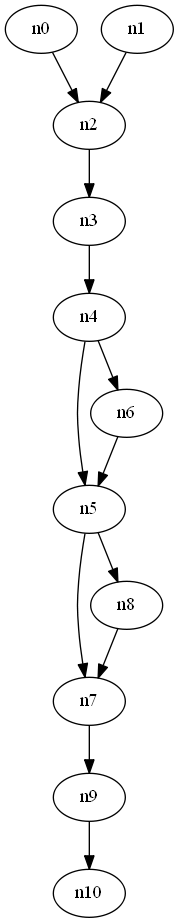
This is Grafos/src/os/img/fileS.png from ramonftb/ProjetoGrafos, a Graphviz export, as it was before one commit. Its source is kept beside it as Grafos/src/os/dot/fileS.dot.
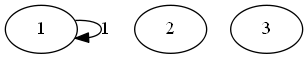
After the change.

Change to the diagram source:
```diff
@@ -1,13 +1,5 @@
 digraph G {
-n0 ->n2;
-n1 ->n2;
-n2 ->n3;
-n3 ->n4 ->n5;
-n4 ->n6;
-n5 ->n7;
-n6 ->n5 ->n8;
-n7;
-n8 ->n7 ->n9 ->n10;
-n9;
-n10;
+1 -> 1[label=1];
+2;
+3;
 }
```
